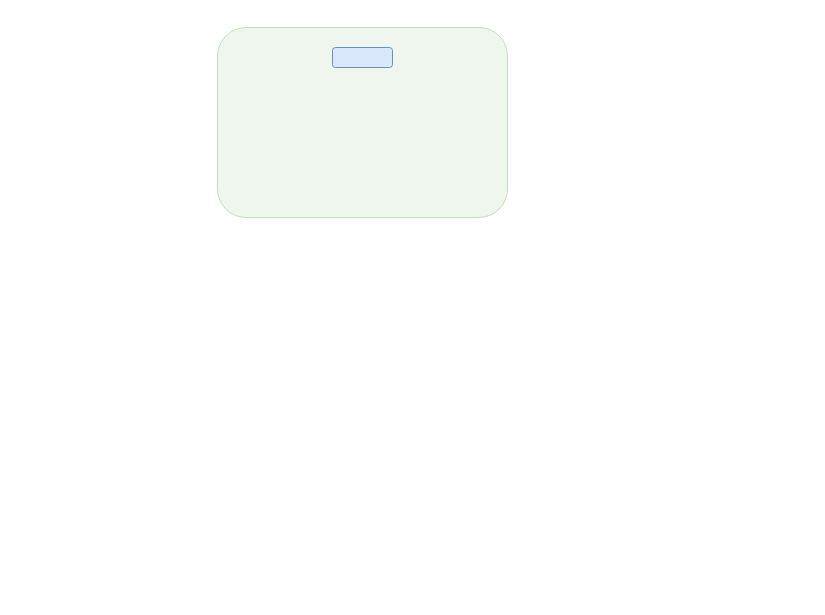
Before: humanresource1.drawio in janzhou123/mydraw, a draw.io diagram. Source tidied: cells renumbered, new cells numbered last; positions are measured from the earlier drawing's top-left corner, leaving out a move shared by most shapes. Both pictures are drawn from the tidied source at 100%, with x=0, y=0 at pixel (217, 27).
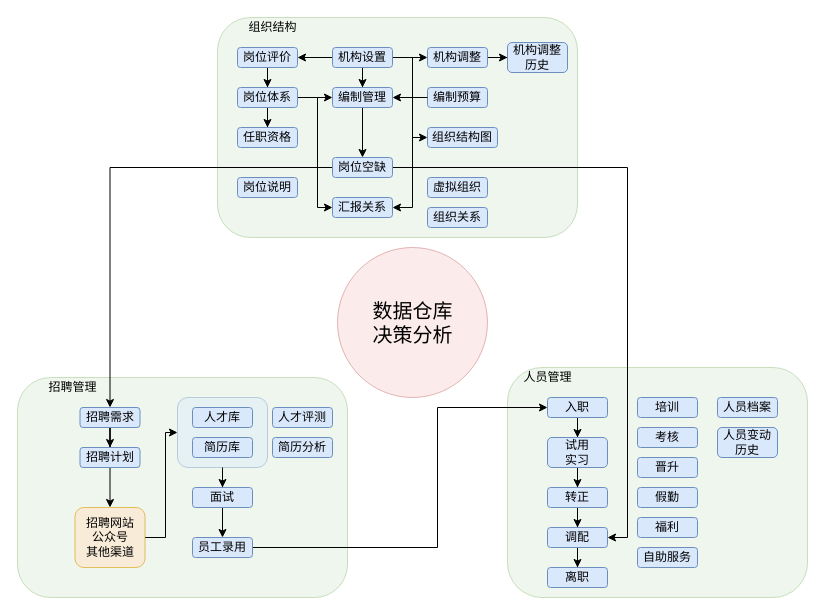
Above is the later version.

Change to the diagram source:
```diff
@@
+    <mxCell id="4" style="rounded=1;whiteSpace=wrap;html=1;shadow=0;glass=0;comic=0;fillColor=#d5e8d4;strokeColor=#82b366;opacity=40;" parent="1" vertex="1">
+      <mxGeometry x="290" y="340" width="300" height="230" as="geometry" />
+    </mxCell>
+    <mxCell id="5" style="rounded=1;whiteSpace=wrap;html=1;shadow=0;glass=0;comic=0;fillColor=#d5e8d4;strokeColor=#82b366;opacity=40;" parent="1" vertex="1">
+      <mxGeometry x="-200" y="350" width="330" height="220" as="geometry" />
+    </mxCell>
+    <mxCell id="6" style="edgeStyle=orthogonalEdgeStyle;rounded=0;jettySize=auto;html=1;entryX=0.5;entryY=0;entryDx=0;entryDy=0;" parent="1" edge="1" source="7" target="43">
+      <mxGeometry relative="1" as="geometry" />
+    </mxCell>
+    <mxCell id="7" style="rounded=1;whiteSpace=wrap;html=1;shadow=0;glass=0;comic=0;opacity=40;fillColor=#dae8fc;strokeColor=#6c8ebf;" parent="1" vertex="1">
+      <mxGeometry x="-40" y="370" width="90" height="70" as="geometry" />
+    </mxCell>
     <mxCell id="2" style="rounded=1;whiteSpace=wrap;html=1;shadow=0;glass=0;comic=0;fillColor=#d5e8d4;strokeColor=#82b366;opacity=40;" parent="1" vertex="1">
-      <mxGeometry width="290" height="190" as="geometry" />
+      <mxGeometry y="-10" width="360" height="220" as="geometry" />
     </mxCell>
+    <mxCell id="8" style="edgeStyle=orthogonalEdgeStyle;rounded=0;jettySize=auto;html=1;" parent="1" edge="1" source="3" target="27">
+      <mxGeometry relative="1" as="geometry" />
+    </mxCell>
+    <mxCell id="9" style="edgeStyle=orthogonalEdgeStyle;rounded=0;jettySize=auto;html=1;" parent="1" edge="1" source="3" target="20">
+      <mxGeometry relative="1" as="geometry" />
+    </mxCell>
+    <mxCell id="10" style="edgeStyle=orthogonalEdgeStyle;rounded=0;jettySize=auto;html=1;" parent="1" edge="1" source="3" target="14">
+      <mxGeometry relative="1" as="geometry" />
+    </mxCell>
+    <mxCell id="11" style="edgeStyle=orthogonalEdgeStyle;rounded=0;jettySize=auto;html=1;entryX=1;entryY=0.5;entryDx=0;entryDy=0;" parent="1" edge="1" source="3" target="29">
+      <mxGeometry relative="1" as="geometry">
+        <Array as="points">
+          <mxPoint x="195" y="30" />
+          <mxPoint x="195" y="180" />
+        </Array>
+      </mxGeometry>
+    </mxCell>
+    <mxCell id="12" style="edgeStyle=orthogonalEdgeStyle;rounded=0;jettySize=auto;html=1;entryX=0;entryY=0.5;entryDx=0;entryDy=0;" parent="1" edge="1" source="3" target="30">
+      <mxGeometry relative="1" as="geometry">
+        <Array as="points">
+          <mxPoint x="195" y="30" />
+          <mxPoint x="195" y="110" />
+        </Array>
+      </mxGeometry>
+    </mxCell>
-    <mxCell id="3" style="rounded=1;whiteSpace=wrap;html=1;shadow=0;glass=0;comic=0;fillColor=#dae8fc;strokeColor=#6c8ebf;" parent="1" vertex="1">
+    <mxCell id="3" value="机构设置" style="rounded=1;whiteSpace=wrap;html=1;shadow=0;glass=0;comic=0;fillColor=#dae8fc;strokeColor=#6c8ebf;" parent="1" vertex="1">
       <mxGeometry x="115" y="20" width="60" height="20" as="geometry" />
     </mxCell>
+    <mxCell id="13" style="edgeStyle=orthogonalEdgeStyle;rounded=0;jettySize=auto;html=1;" parent="1" edge="1" source="14" target="17">
+      <mxGeometry relative="1" as="geometry" />
+    </mxCell>
+    <mxCell id="14" value="编制管理" style="rounded=1;whiteSpace=wrap;html=1;shadow=0;glass=0;comic=0;fillColor=#dae8fc;strokeColor=#6c8ebf;" parent="1" vertex="1">
+      <mxGeometry x="115" y="60" width="60" height="20" as="geometry" />
+    </mxCell>
+    <mxCell id="15" style="edgeStyle=orthogonalEdgeStyle;rounded=0;jettySize=auto;html=1;exitX=0;exitY=0.5;exitDx=0;exitDy=0;" parent="1" edge="1" source="17" target="34">
+      <mxGeometry relative="1" as="geometry" />
+    </mxCell>
+    <mxCell id="16" style="edgeStyle=orthogonalEdgeStyle;rounded=0;jettySize=auto;html=1;entryX=1;entryY=0.5;entryDx=0;entryDy=0;" parent="1" edge="1" source="17" target="53">
+      <mxGeometry relative="1" as="geometry">
+        <Array as="points">
+          <mxPoint x="410" y="140" />
+          <mxPoint x="410" y="510" />
+        </Array>
+      </mxGeometry>
+    </mxCell>
+    <mxCell id="17" value="岗位空缺" style="rounded=1;whiteSpace=wrap;html=1;shadow=0;glass=0;comic=0;fillColor=#dae8fc;strokeColor=#6c8ebf;" parent="1" vertex="1">
+      <mxGeometry x="115" y="130" width="60" height="20" as="geometry" />
+    </mxCell>
+    <mxCell id="18" value="编制预算" style="rounded=1;whiteSpace=wrap;html=1;shadow=0;glass=0;comic=0;fillColor=#dae8fc;strokeColor=#6c8ebf;" parent="1" vertex="1">
+      <mxGeometry x="210" y="60" width="60" height="20" as="geometry" />
+    </mxCell>
+    <mxCell id="19" style="edgeStyle=orthogonalEdgeStyle;rounded=0;jettySize=auto;html=1;" parent="1" edge="1" source="20" target="24">
+      <mxGeometry relative="1" as="geometry" />
+    </mxCell>
+    <mxCell id="20" value="岗位评价" style="rounded=1;whiteSpace=wrap;html=1;shadow=0;glass=0;comic=0;fillColor=#dae8fc;strokeColor=#6c8ebf;" parent="1" vertex="1">
+      <mxGeometry x="20" y="20" width="60" height="20" as="geometry" />
+    </mxCell>
+    <mxCell id="21" style="edgeStyle=orthogonalEdgeStyle;rounded=0;jettySize=auto;html=1;" parent="1" edge="1" source="24" target="25">
+      <mxGeometry relative="1" as="geometry" />
+    </mxCell>
+    <mxCell id="22" style="edgeStyle=orthogonalEdgeStyle;rounded=0;jettySize=auto;html=1;entryX=0;entryY=0.5;entryDx=0;entryDy=0;" parent="1" edge="1" source="24" target="14">
+      <mxGeometry relative="1" as="geometry" />
+    </mxCell>
+    <mxCell id="23" style="edgeStyle=orthogonalEdgeStyle;rounded=0;jettySize=auto;html=1;entryX=0;entryY=0.5;entryDx=0;entryDy=0;" parent="1" edge="1" source="24" target="29">
+      <mxGeometry relative="1" as="geometry">
+        <Array as="points">
+          <mxPoint x="100" y="70" />
+          <mxPoint x="100" y="180" />
+        </Array>
+      </mxGeometry>
+    </mxCell>
+    <mxCell id="24" value="岗位体系" style="rounded=1;whiteSpace=wrap;html=1;shadow=0;glass=0;comic=0;fillColor=#dae8fc;strokeColor=#6c8ebf;" parent="1" vertex="1">
+      <mxGeometry x="20" y="60" width="60" height="20" as="geometry" />
+    </mxCell>
+    <mxCell id="25" value="任职资格" style="rounded=1;whiteSpace=wrap;html=1;shadow=0;glass=0;comic=0;fillColor=#dae8fc;strokeColor=#6c8ebf;" parent="1" vertex="1">
+      <mxGeometry x="20" y="100" width="60" height="20" as="geometry" />
+    </mxCell>
+    <mxCell id="26" style="edgeStyle=orthogonalEdgeStyle;rounded=0;jettySize=auto;html=1;" parent="1" edge="1" source="27" target="64">
+      <mxGeometry relative="1" as="geometry" />
+    </mxCell>
+    <mxCell id="27" value="机构调整" style="rounded=1;whiteSpace=wrap;html=1;shadow=0;glass=0;comic=0;fillColor=#dae8fc;strokeColor=#6c8ebf;" parent="1" vertex="1">
+      <mxGeometry x="210" y="20" width="60" height="20" as="geometry" />
+    </mxCell>
+    <mxCell id="28" style="endArrow=classic;html=1;exitX=0;exitY=0.5;exitDx=0;exitDy=0;entryX=1;entryY=0.5;entryDx=0;entryDy=0;" parent="1" edge="1" source="18" target="14">
+      <mxGeometry relative="1" as="geometry" />
+    </mxCell>
+    <mxCell id="29" value="汇报关系" style="rounded=1;whiteSpace=wrap;html=1;shadow=0;glass=0;comic=0;fillColor=#dae8fc;strokeColor=#6c8ebf;" parent="1" vertex="1">
+      <mxGeometry x="115" y="170" width="60" height="20" as="geometry" />
+    </mxCell>
+    <mxCell id="30" value="组织结构图" style="rounded=1;whiteSpace=wrap;html=1;shadow=0;glass=0;comic=0;fillColor=#dae8fc;strokeColor=#6c8ebf;" parent="1" vertex="1">
+      <mxGeometry x="210" y="100" width="70" height="20" as="geometry" />
+    </mxCell>
+    <mxCell id="31" value="组织结构" style="text;html=1;align=center;verticalAlign=middle;" parent="1" vertex="1">
+      <mxGeometry x="25" y="-10" width="60" height="20" as="geometry" />
+    </mxCell>
+    <mxCell id="32" value="招聘管理" style="text;html=1;align=center;verticalAlign=middle;" parent="1" vertex="1">
+      <mxGeometry x="-175" y="350" width="60" height="20" as="geometry" />
+    </mxCell>
+    <mxCell id="33" style="edgeStyle=orthogonalEdgeStyle;rounded=0;jettySize=auto;html=1;" parent="1" edge="1" source="34" target="36">
+      <mxGeometry relative="1" as="geometry" />
+    </mxCell>
+    <mxCell id="34" value="招聘需求" style="rounded=1;whiteSpace=wrap;html=1;shadow=0;glass=0;comic=0;fillColor=#dae8fc;strokeColor=#6c8ebf;" parent="1" vertex="1">
+      <mxGeometry x="-137.5" y="380" width="60" height="20" as="geometry" />
+    </mxCell>
+    <mxCell id="35" style="edgeStyle=orthogonalEdgeStyle;rounded=0;jettySize=auto;html=1;entryX=0.5;entryY=0;entryDx=0;entryDy=0;" parent="1" edge="1" source="36" target="38">
+      <mxGeometry relative="1" as="geometry" />
+    </mxCell>
+    <mxCell id="36" value="招聘计划" style="rounded=1;whiteSpace=wrap;html=1;shadow=0;glass=0;comic=0;fillColor=#dae8fc;strokeColor=#6c8ebf;" parent="1" vertex="1">
+      <mxGeometry x="-137.5" y="420" width="60" height="20" as="geometry" />
+    </mxCell>
+    <mxCell id="37" style="edgeStyle=orthogonalEdgeStyle;rounded=0;jettySize=auto;html=1;entryX=0;entryY=0.5;entryDx=0;entryDy=0;" parent="1" edge="1" source="38" target="7">
+      <mxGeometry relative="1" as="geometry">
+        <Array as="points">
+          <mxPoint x="-52" y="510" />
+          <mxPoint x="-52" y="405" />
+        </Array>
+      </mxGeometry>
+    </mxCell>
+    <mxCell id="38" value="招聘网站&lt;br&gt;公众号&lt;br&gt;其他渠道" style="rounded=1;whiteSpace=wrap;html=1;shadow=0;glass=0;comic=0;fillColor=#ffe6cc;strokeColor=#d79b00;opacity=60;" parent="1" vertex="1">
+      <mxGeometry x="-142.5" y="480" width="70" height="60" as="geometry" />
+    </mxCell>
+    <mxCell id="39" value="人员管理" style="text;html=1;align=center;verticalAlign=middle;" parent="1" vertex="1">
+      <mxGeometry x="300" y="340" width="60" height="20" as="geometry" />
+    </mxCell>
+    <mxCell id="40" value="人才库" style="rounded=1;whiteSpace=wrap;html=1;shadow=0;glass=0;comic=0;fillColor=#dae8fc;strokeColor=#6c8ebf;" parent="1" vertex="1">
+      <mxGeometry x="-25" y="380" width="60" height="20" as="geometry" />
+    </mxCell>
+    <mxCell id="41" value="简历库" style="rounded=1;whiteSpace=wrap;html=1;shadow=0;glass=0;comic=0;fillColor=#dae8fc;strokeColor=#6c8ebf;" parent="1" vertex="1">
+      <mxGeometry x="-25" y="410" width="60" height="20" as="geometry" />
+    </mxCell>
+    <mxCell id="42" style="edgeStyle=orthogonalEdgeStyle;rounded=0;jettySize=auto;html=1;" parent="1" edge="1" source="43" target="45">
+      <mxGeometry relative="1" as="geometry" />
+    </mxCell>
+    <mxCell id="43" value="面试" style="rounded=1;whiteSpace=wrap;html=1;shadow=0;glass=0;comic=0;fillColor=#dae8fc;strokeColor=#6c8ebf;" parent="1" vertex="1">
+      <mxGeometry x="-25" y="460" width="60" height="20" as="geometry" />
+    </mxCell>
+    <mxCell id="44" style="edgeStyle=orthogonalEdgeStyle;rounded=0;jettySize=auto;html=1;" parent="1" edge="1" source="45">
+      <mxGeometry relative="1" as="geometry">
+        <mxPoint x="330" y="380" as="targetPoint" />
+        <Array as="points">
+          <mxPoint x="220" y="520" />
+          <mxPoint x="220" y="380" />
+        </Array>
+      </mxGeometry>
+    </mxCell>
+    <mxCell id="45" value="员工录用" style="rounded=1;whiteSpace=wrap;html=1;shadow=0;glass=0;comic=0;fillColor=#dae8fc;strokeColor=#6c8ebf;" parent="1" vertex="1">
+      <mxGeometry x="-25" y="510" width="60" height="20" as="geometry" />
+    </mxCell>
+    <mxCell id="46" style="edgeStyle=orthogonalEdgeStyle;rounded=0;jettySize=auto;html=1;" parent="1" edge="1" source="47" target="49">
+      <mxGeometry relative="1" as="geometry" />
+    </mxCell>
+    <mxCell id="47" value="入职" style="rounded=1;whiteSpace=wrap;html=1;shadow=0;glass=0;comic=0;fillColor=#dae8fc;strokeColor=#6c8ebf;" parent="1" vertex="1">
+      <mxGeometry x="330" y="370" width="60" height="20" as="geometry" />
+    </mxCell>
+    <mxCell id="48" style="edgeStyle=orthogonalEdgeStyle;rounded=0;jettySize=auto;html=1;" parent="1" edge="1" source="49" target="51">
+      <mxGeometry relative="1" as="geometry" />
+    </mxCell>
+    <mxCell id="49" value="试用&lt;br&gt;实习" style="rounded=1;whiteSpace=wrap;html=1;shadow=0;glass=0;comic=0;fillColor=#dae8fc;strokeColor=#6c8ebf;" parent="1" vertex="1">
+      <mxGeometry x="330" y="410" width="60" height="30" as="geometry" />
+    </mxCell>
+    <mxCell id="50" style="edgeStyle=orthogonalEdgeStyle;rounded=0;jettySize=auto;html=1;" parent="1" edge="1" source="51" target="53">
+      <mxGeometry relative="1" as="geometry" />
+    </mxCell>
+    <mxCell id="51" value="转正" style="rounded=1;whiteSpace=wrap;html=1;shadow=0;glass=0;comic=0;fillColor=#dae8fc;strokeColor=#6c8ebf;" parent="1" vertex="1">
+      <mxGeometry x="330" y="460" width="60" height="20" as="geometry" />
+    </mxCell>
+    <mxCell id="52" style="edgeStyle=orthogonalEdgeStyle;rounded=0;jettySize=auto;html=1;" parent="1" edge="1" source="53" target="54">
+      <mxGeometry relative="1" as="geometry" />
+    </mxCell>
+    <mxCell id="53" value="调配" style="rounded=1;whiteSpace=wrap;html=1;shadow=0;glass=0;comic=0;fillColor=#dae8fc;strokeColor=#6c8ebf;" parent="1" vertex="1">
+      <mxGeometry x="330" y="500" width="60" height="20" as="geometry" />
+    </mxCell>
+    <mxCell id="54" value="离职" style="rounded=1;whiteSpace=wrap;html=1;shadow=0;glass=0;comic=0;fillColor=#dae8fc;strokeColor=#6c8ebf;" parent="1" vertex="1">
+      <mxGeometry x="330" y="540" width="60" height="20" as="geometry" />
+    </mxCell>
+    <mxCell id="55" value="培训" style="rounded=1;whiteSpace=wrap;html=1;shadow=0;glass=0;comic=0;fillColor=#dae8fc;strokeColor=#6c8ebf;" parent="1" vertex="1">
+      <mxGeometry x="420" y="370" width="60" height="20" as="geometry" />
+    </mxCell>
+    <mxCell id="56" value="考核" style="rounded=1;whiteSpace=wrap;html=1;shadow=0;glass=0;comic=0;fillColor=#dae8fc;strokeColor=#6c8ebf;" parent="1" vertex="1">
+      <mxGeometry x="420" y="400" width="60" height="20" as="geometry" />
+    </mxCell>
+    <mxCell id="57" value="晋升" style="rounded=1;whiteSpace=wrap;html=1;shadow=0;glass=0;comic=0;fillColor=#dae8fc;strokeColor=#6c8ebf;" parent="1" vertex="1">
+      <mxGeometry x="420" y="430" width="60" height="20" as="geometry" />
+    </mxCell>
+    <mxCell id="58" value="人员档案" style="rounded=1;whiteSpace=wrap;html=1;shadow=0;glass=0;comic=0;fillColor=#dae8fc;strokeColor=#6c8ebf;" parent="1" vertex="1">
+      <mxGeometry x="500" y="370" width="60" height="20" as="geometry" />
+    </mxCell>
+    <mxCell id="59" value="虚拟组织" style="rounded=1;whiteSpace=wrap;html=1;shadow=0;glass=0;comic=0;fillColor=#dae8fc;strokeColor=#6c8ebf;" parent="1" vertex="1">
+      <mxGeometry x="210" y="150" width="60" height="20" as="geometry" />
+    </mxCell>
+    <mxCell id="60" value="假勤" style="rounded=1;whiteSpace=wrap;html=1;shadow=0;glass=0;comic=0;fillColor=#dae8fc;strokeColor=#6c8ebf;" parent="1" vertex="1">
+      <mxGeometry x="420" y="460" width="60" height="20" as="geometry" />
+    </mxCell>
+    <mxCell id="61" value="福利" style="rounded=1;whiteSpace=wrap;html=1;shadow=0;glass=0;comic=0;fillColor=#dae8fc;strokeColor=#6c8ebf;" parent="1" vertex="1">
+      <mxGeometry x="420" y="490" width="60" height="20" as="geometry" />
+    </mxCell>
+    <mxCell id="62" value="自助服务" style="rounded=1;whiteSpace=wrap;html=1;shadow=0;glass=0;comic=0;fillColor=#dae8fc;strokeColor=#6c8ebf;" parent="1" vertex="1">
+      <mxGeometry x="420" y="520" width="60" height="20" as="geometry" />
+    </mxCell>
+    <mxCell id="63" value="人员变动历史" style="rounded=1;whiteSpace=wrap;html=1;shadow=0;glass=0;comic=0;fillColor=#dae8fc;strokeColor=#6c8ebf;" parent="1" vertex="1">
+      <mxGeometry x="500" y="400" width="60" height="30" as="geometry" />
+    </mxCell>
+    <mxCell id="64" value="机构调整历史" style="rounded=1;whiteSpace=wrap;html=1;shadow=0;glass=0;comic=0;fillColor=#dae8fc;strokeColor=#6c8ebf;" parent="1" vertex="1">
+      <mxGeometry x="290" y="15" width="60" height="30" as="geometry" />
+    </mxCell>
+    <mxCell id="65" style="verticalLabelPosition=bottom;verticalAlign=top;html=1;shape=mxgraph.flowchart.on-page_reference;rounded=1;shadow=0;glass=0;comic=0;opacity=40;fillColor=#f8cecc;strokeColor=#b85450;" parent="1" vertex="1">
+      <mxGeometry x="120" y="220" width="150" height="150" as="geometry" />
+    </mxCell>
+    <mxCell id="66" value="&lt;font style=&quot;font-size: 20px&quot;&gt;数据仓库&lt;br&gt;决策分析&lt;/font&gt;" style="text;html=1;align=center;verticalAlign=middle;" parent="1" vertex="1">
+      <mxGeometry x="145" y="275" width="100" height="40" as="geometry" />
+    </mxCell>
+    <mxCell id="67" value="人才评测" style="rounded=1;whiteSpace=wrap;html=1;shadow=0;glass=0;comic=0;fillColor=#dae8fc;strokeColor=#6c8ebf;" parent="1" vertex="1">
+      <mxGeometry x="55" y="380" width="60" height="20" as="geometry" />
+    </mxCell>
+    <mxCell id="68" value="简历分析" style="rounded=1;whiteSpace=wrap;html=1;shadow=0;glass=0;comic=0;fillColor=#dae8fc;strokeColor=#6c8ebf;" parent="1" vertex="1">
+      <mxGeometry x="55" y="410" width="60" height="20" as="geometry" />
+    </mxCell>
+    <mxCell id="69" value="组织关系" style="rounded=1;whiteSpace=wrap;html=1;shadow=0;glass=0;comic=0;fillColor=#dae8fc;strokeColor=#6c8ebf;" parent="1" vertex="1">
+      <mxGeometry x="210" y="180" width="60" height="20" as="geometry" />
+    </mxCell>
+    <mxCell id="70" value="岗位说明" style="rounded=1;whiteSpace=wrap;html=1;shadow=0;glass=0;comic=0;fillColor=#dae8fc;strokeColor=#6c8ebf;" parent="1" vertex="1">
+      <mxGeometry x="20" y="150" width="60" height="20" as="geometry" />
+    </mxCell>
```
